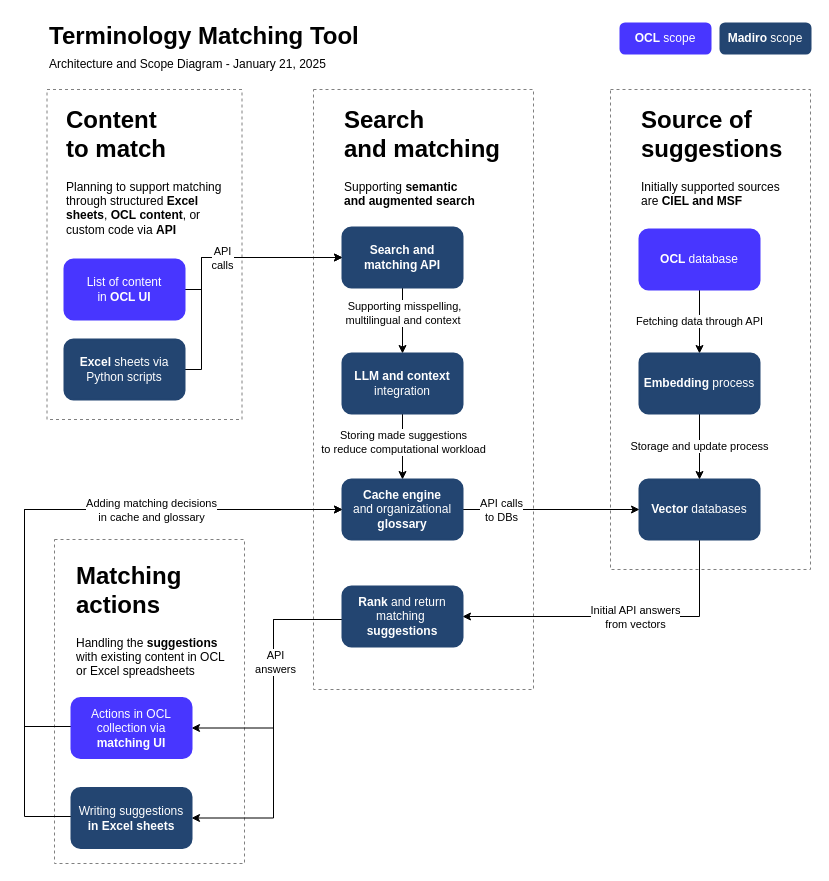
Earlier version of the draw.io diagram TerminologyMatchingToolWorkflow.drawio (michaelbontyes/diagrams). Source tidied: cells renumbered, new cells numbered last; positions are measured from the earlier drawing's top-left corner, leaving out a move shared by most shapes. Both pictures are drawn from the tidied source at 100%, with x=0, y=0 at pixel (24, 17).
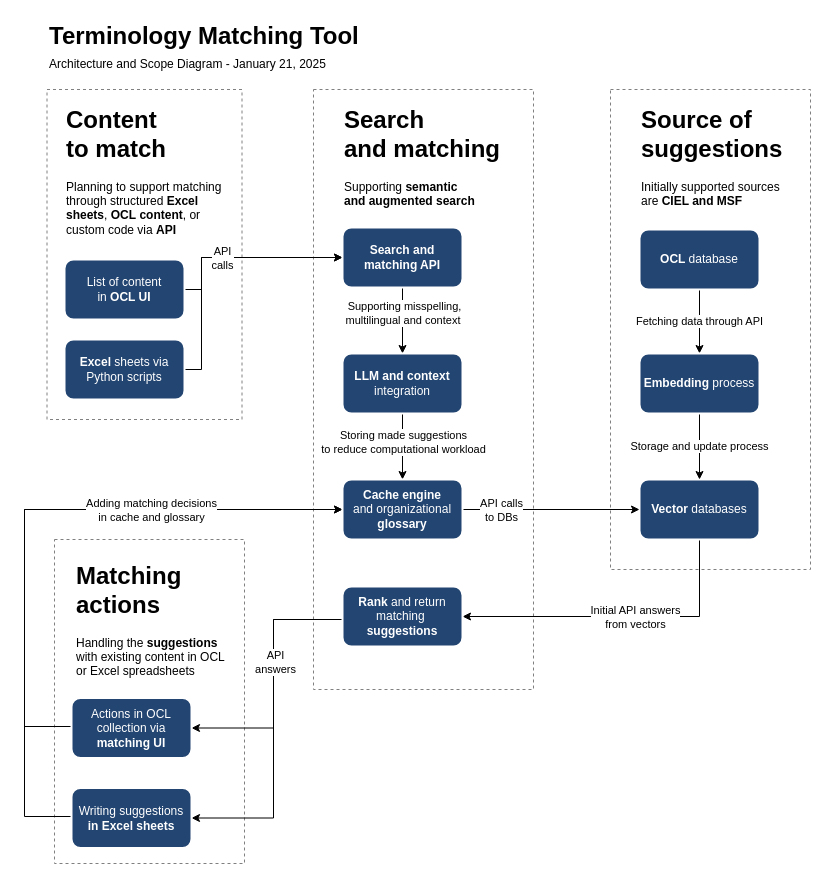
The same diagram, later.

The edit, as a diff of the source:
```diff
@@
-    <mxCell id="9" value="List of content &lt;br&gt;in &lt;b&gt;OCL UI&lt;/b&gt;" style="rounded=1;whiteSpace=wrap;html=1;strokeColor=#4836FF;strokeWidth=2;fillColor=#4836FF;fontColor=#FFFFFF;" parent="1" vertex="1">
+    <mxCell id="9" value="List of content &lt;br&gt;in &lt;b&gt;OCL UI&lt;/b&gt;" style="rounded=1;whiteSpace=wrap;html=1;strokeColor=#FFFFFF;strokeWidth=2;fillColor=#234571;fontColor=#FFFFFF;" parent="1" vertex="1">
       <mxGeometry x="40" y="242" width="120" height="60" as="geometry" />
     </mxCell>
@@
-    <mxCell id="13" value="&lt;b&gt;Excel&lt;/b&gt; sheets via Python scripts" style="rounded=1;whiteSpace=wrap;html=1;strokeColor=#234571;strokeWidth=2;fillColor=#234571;fontColor=#FFFFFF;" parent="1" vertex="1">
+    <mxCell id="13" value="&lt;b&gt;Excel&lt;/b&gt; sheets via Python scripts" style="rounded=1;whiteSpace=wrap;html=1;strokeColor=#FFFFFF;strokeWidth=2;fillColor=#234571;fontColor=#FFFFFF;" parent="1" vertex="1">
       <mxGeometry x="40" y="322" width="120" height="60" as="geometry" />
     </mxCell>
@@
-    <mxCell id="16" value="&lt;b&gt;Vector &lt;/b&gt;databases" style="rounded=1;whiteSpace=wrap;html=1;strokeColor=#234571;strokeWidth=2;fillColor=#234571;fontColor=#FFFFFF;" parent="1" vertex="1">
+    <mxCell id="16" value="&lt;b&gt;Vector &lt;/b&gt;databases" style="rounded=1;whiteSpace=wrap;html=1;strokeColor=#FFFFFF;strokeWidth=2;fillColor=#234571;fontColor=#FFFFFF;" parent="1" vertex="1">
       <mxGeometry x="615" y="462" width="120" height="60" as="geometry" />
     </mxCell>
@@
-    <mxCell id="19" value="&lt;b&gt;OCL &lt;/b&gt;database" style="rounded=1;whiteSpace=wrap;html=1;strokeColor=#4836FF;strokeWidth=2;fillColor=#4836FF;fontColor=#FFFFFF;" parent="1" vertex="1">
+    <mxCell id="19" value="&lt;b&gt;OCL &lt;/b&gt;database" style="rounded=1;whiteSpace=wrap;html=1;strokeColor=#FFFFFF;strokeWidth=2;fillColor=#234571;fontColor=#FFFFFF;" parent="1" vertex="1">
       <mxGeometry x="615" y="212" width="120" height="60" as="geometry" />
     </mxCell>
@@
-    <mxCell id="22" value="&lt;b&gt;Embedding &lt;/b&gt;process" style="rounded=1;whiteSpace=wrap;html=1;strokeColor=#234571;strokeWidth=2;fillColor=#234571;fontColor=#FFFFFF;" parent="1" vertex="1">
+    <mxCell id="22" value="&lt;b&gt;Embedding &lt;/b&gt;process" style="rounded=1;whiteSpace=wrap;html=1;strokeColor=#FFFFFF;strokeWidth=2;fillColor=#234571;fontColor=#FFFFFF;" parent="1" vertex="1">
       <mxGeometry x="615" y="336" width="120" height="60" as="geometry" />
     </mxCell>
@@
-    <mxCell id="25" value="&lt;b&gt;Search and matching API&lt;/b&gt;" style="rounded=1;whiteSpace=wrap;html=1;strokeColor=#234571;strokeWidth=2;fillColor=#234571;fontColor=#FFFFFF;" parent="1" vertex="1">
+    <mxCell id="25" value="&lt;b&gt;Search and matching API&lt;/b&gt;" style="rounded=1;whiteSpace=wrap;html=1;strokeColor=#FFFFFF;strokeWidth=2;fillColor=#234571;fontColor=#FFFFFF;" parent="1" vertex="1">
       <mxGeometry x="318" y="210" width="120" height="60" as="geometry" />
     </mxCell>
@@
-    <mxCell id="29" value="&lt;b&gt;Rank &lt;/b&gt;and return matching&amp;nbsp;&lt;b&gt; suggestions&lt;/b&gt;" style="rounded=1;whiteSpace=wrap;html=1;strokeColor=#234571;strokeWidth=2;fillColor=#234571;fontColor=#FFFFFF;" parent="1" vertex="1">
+    <mxCell id="29" value="&lt;b&gt;Rank &lt;/b&gt;and return matching&amp;nbsp;&lt;b&gt; suggestions&lt;/b&gt;" style="rounded=1;whiteSpace=wrap;html=1;strokeColor=#FFFFFF;strokeWidth=2;fillColor=#234571;fontColor=#FFFFFF;" parent="1" vertex="1">
       <mxGeometry x="318" y="569" width="120" height="60" as="geometry" />
     </mxCell>
@@
-    <mxCell id="32" value="&lt;b&gt;LLM and context &lt;/b&gt;integration" style="rounded=1;whiteSpace=wrap;html=1;strokeColor=#234571;strokeWidth=2;fillColor=#234571;fontColor=#FFFFFF;" parent="1" vertex="1">
+    <mxCell id="32" value="&lt;b&gt;LLM and context &lt;/b&gt;integration" style="rounded=1;whiteSpace=wrap;html=1;strokeColor=#FFFFFF;strokeWidth=2;fillColor=#234571;fontColor=#FFFFFF;" parent="1" vertex="1">
       <mxGeometry x="318" y="336" width="120" height="60" as="geometry" />
     </mxCell>
@@
-    <mxCell id="35" value="Actions in OCL collection via &lt;b&gt;matching UI&lt;/b&gt;" style="rounded=1;whiteSpace=wrap;html=1;strokeColor=#4836FF;strokeWidth=2;fillColor=#4836FF;fontColor=#FFFFFF;" parent="1" vertex="1">
+    <mxCell id="35" value="Actions in OCL collection via &lt;b&gt;matching UI&lt;/b&gt;" style="rounded=1;whiteSpace=wrap;html=1;strokeColor=#FFFFFF;strokeWidth=2;fillColor=#234571;fontColor=#FFFFFF;" parent="1" vertex="1">
       <mxGeometry x="47" y="680.5" width="120" height="60" as="geometry" />
     </mxCell>
@@
-    <mxCell id="39" value="Writing suggestions&lt;b&gt; in Excel sheets&lt;/b&gt;" style="rounded=1;whiteSpace=wrap;html=1;strokeColor=#234571;strokeWidth=2;fillColor=#234571;fontColor=#FFFFFF;" parent="1" vertex="1">
+    <mxCell id="39" value="Writing suggestions&lt;b&gt; in Excel sheets&lt;/b&gt;" style="rounded=1;whiteSpace=wrap;html=1;strokeColor=#FFFFFF;strokeWidth=2;fillColor=#234571;fontColor=#FFFFFF;" parent="1" vertex="1">
       <mxGeometry x="47" y="770.5" width="120" height="60" as="geometry" />
     </mxCell>
@@
-    <mxCell id="42" value="&lt;b&gt;Cache&amp;nbsp;engine &lt;/b&gt;&lt;br&gt;and&lt;b&gt; &lt;/b&gt;organizational&lt;b&gt; glossary&lt;/b&gt;" style="rounded=1;whiteSpace=wrap;html=1;strokeColor=#234571;strokeWidth=2;fillColor=#234571;fontColor=#FFFFFF;" parent="1" vertex="1">
+    <mxCell id="42" value="&lt;b&gt;Cache&amp;nbsp;engine &lt;/b&gt;&lt;br&gt;and&lt;b&gt; &lt;/b&gt;organizational&lt;b&gt; glossary&lt;/b&gt;" style="rounded=1;whiteSpace=wrap;html=1;strokeColor=#FFFFFF;strokeWidth=2;fillColor=#234571;fontColor=#FFFFFF;" parent="1" vertex="1">
       <mxGeometry x="318" y="462" width="120" height="60" as="geometry" />
     </mxCell>
-    <mxCell id="43" value="&lt;b&gt;Madiro&lt;/b&gt; scope" style="rounded=1;whiteSpace=wrap;html=1;strokeColor=#234571;strokeWidth=2;fillColor=#234571;fontColor=#FFFFFF;" parent="1" vertex="1">
-      <mxGeometry x="696" y="6" width="90" height="30" as="geometry" />
-    </mxCell>
-    <mxCell id="44" value="&lt;b&gt;OCL&lt;/b&gt; scope" style="rounded=1;whiteSpace=wrap;html=1;strokeColor=#4836FF;strokeWidth=2;fillColor=#4836FF;fontColor=#FFFFFF;" parent="1" vertex="1">
-      <mxGeometry x="596" y="6" width="90" height="30" as="geometry" />
-    </mxCell>
```
